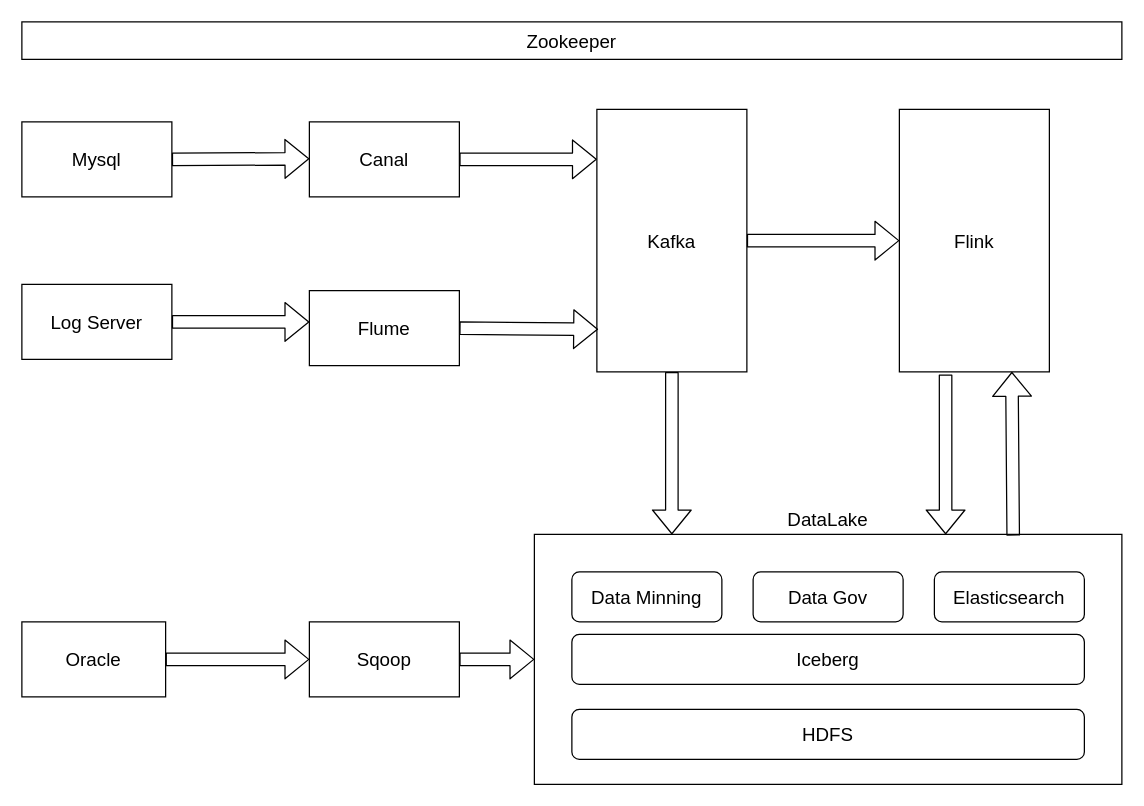
Earlier version of the draw.io diagram Untitled Diagram.drawio (WoodCutterFuBin/DrawImgSave). Source tidied: cells renumbered, new cells numbered last; positions are measured from the earlier drawing's top-left corner, leaving out a move shared by most shapes. Both pictures are drawn from the tidied source at 125%, with x=0, y=0 at pixel (21, 21).
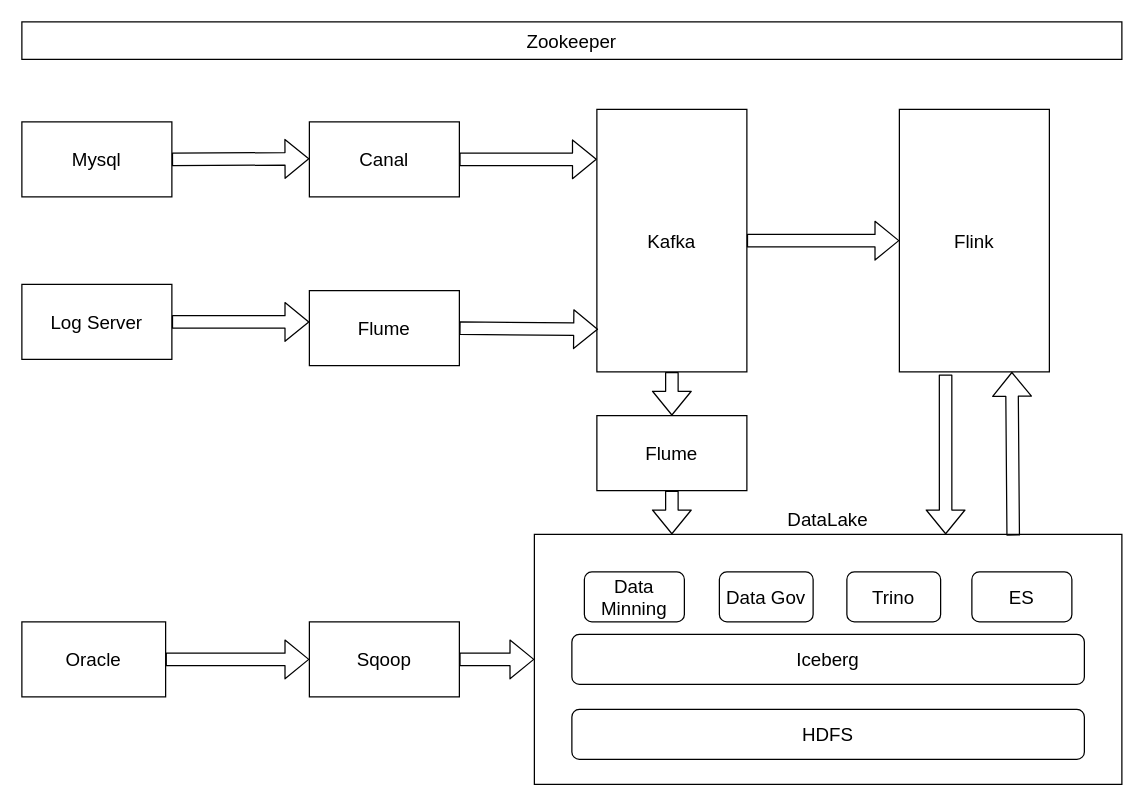
The same diagram, later.

Unchanged cells that the change refers to:
```xml
<mxCell id="9" value="Kafka" style="rounded=0;whiteSpace=wrap;html=1;fontSize=15;" parent="1" vertex="1">
  <mxGeometry x="460" y="70" width="120" height="210" as="geometry" />
</mxCell>
<mxCell id="12" value="DataLake" style="rounded=0;whiteSpace=wrap;html=1;labelPosition=center;verticalLabelPosition=top;align=center;verticalAlign=bottom;fontSize=15;" parent="1" vertex="1">
  <mxGeometry x="410" y="410" width="470" height="200" as="geometry" />
</mxCell>
```

Diff of the diagram source:
```diff
@@
-    <mxCell id="10" style="shape=flexArrow;endArrow=classic;html=1;exitX=0.5;exitY=1;exitDx=0;exitDy=0;entryX=0.234;entryY=0;entryDx=0;entryDy=0;entryPerimeter=0;fontSize=15;" parent="1" edge="1" source="9" target="12">
+    <mxCell id="10" style="shape=flexArrow;endArrow=classic;html=1;exitX=0.5;exitY=1;exitDx=0;exitDy=0;entryX=0.5;entryY=0;entryDx=0;entryDy=0;fontSize=15;" parent="1" edge="1" source="9" target="27">
       <mxGeometry relative="1" as="geometry" />
     </mxCell>
@@
     <mxCell id="23" value="Data Minning" style="rounded=1;whiteSpace=wrap;html=1;fontSize=15;" parent="1" vertex="1">
-      <mxGeometry x="440" y="440" width="120" height="40" as="geometry" />
+      <mxGeometry x="450" y="440" width="80" height="40" as="geometry" />
     </mxCell>
     <mxCell id="24" value="Data Gov" style="rounded=1;whiteSpace=wrap;html=1;fontSize=15;" parent="1" vertex="1">
-      <mxGeometry x="585" y="440" width="120" height="40" as="geometry" />
+      <mxGeometry x="558" y="440" width="75" height="40" as="geometry" />
     </mxCell>
@@
-    <mxCell id="26" value="Elasticsearch" style="rounded=1;whiteSpace=wrap;html=1;fontSize=15;" parent="1" vertex="1">
-      <mxGeometry x="730" y="440" width="120" height="40" as="geometry" />
+    <mxCell id="26" value="ES" style="rounded=1;whiteSpace=wrap;html=1;fontSize=15;" parent="1" vertex="1">
+      <mxGeometry x="760" y="440" width="80" height="40" as="geometry" />
     </mxCell>
+    <mxCell id="27" value="Flume" style="rounded=0;whiteSpace=wrap;html=1;fontSize=15;" parent="1" vertex="1">
+      <mxGeometry x="460" y="315" width="120" height="60" as="geometry" />
+    </mxCell>
+    <mxCell id="28" style="shape=flexArrow;endArrow=classic;html=1;exitX=0.5;exitY=1;exitDx=0;exitDy=0;fontSize=15;" parent="1" edge="1" source="27">
+      <mxGeometry relative="1" as="geometry">
+        <mxPoint x="520" y="410" as="targetPoint" />
+      </mxGeometry>
+    </mxCell>
+    <mxCell id="29" value="Trino" style="rounded=1;whiteSpace=wrap;html=1;fontSize=15;" parent="1" vertex="1">
+      <mxGeometry x="660" y="440" width="75" height="40" as="geometry" />
+    </mxCell>
```
